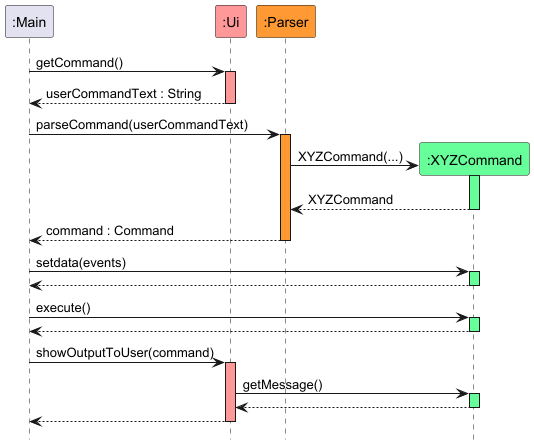
Before: docs/images/CommandSequenceDiagram.png, a diagram exported from PlantUML (nus-cs2113-AY2425S1/tp).
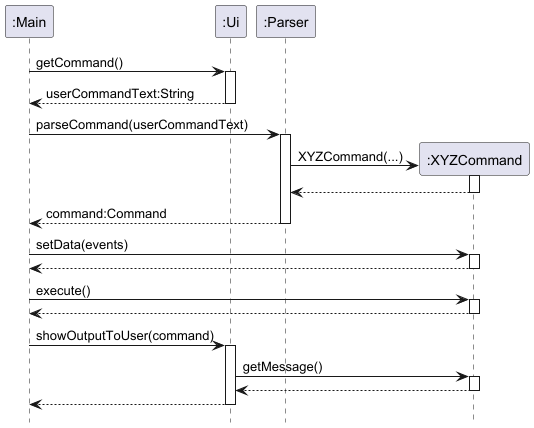
Later version of the same file.

Change to the diagram source:
```diff
@@ -3,42 +3,42 @@
 hide footbox
 
 participant ":Main" as main
-participant ":Ui"  as ui UI_COLOUR
-participant ":Parser"  as parser PARSER_COLOUR
-participant ":XYZCommand" as xyzCommand COMMAND_COLOUR
+participant ":Ui"  as ui
+participant ":Parser"  as parser
+participant ":XYZCommand" as xyzCommand
 
 main -> ui : getCommand()
-activate ui UI_COLOUR
+activate ui
 
-return userCommandText : String
+return userCommandText:String
 
 main -> parser : parseCommand(userCommandText)
-activate parser PARSER_COLOUR
+activate parser
 
 create xyzCommand
 parser -> xyzCommand : XYZCommand(...)
-activate xyzCommand COMMAND_COLOUR
-xyzCommand --> parser : XYZCommand
+activate xyzCommand
+xyzCommand --> parser
 deactivate xyzCommand
 
-parser --> main : command : Command
+parser --> main : command:Command
 deactivate parser
 
-main -> xyzCommand : setdata(events)
-activate xyzCommand COMMAND_COLOUR
+main -> xyzCommand : setData(events)
+activate xyzCommand
 xyzCommand --> main
 deactivate xyzCommand
 
 main -> xyzCommand : execute()
-activate xyzCommand COMMAND_COLOUR
+activate xyzCommand
 xyzCommand --> main
 deactivate xyzCommand
 
 main -> ui : showOutputToUser(command)
-activate ui UI_COLOUR
+activate ui
 
 ui -> xyzCommand : getMessage()
-activate xyzCommand COMMAND_COLOUR
+activate xyzCommand
 xyzCommand --> ui
 deactivate xyzCommand
 
```
